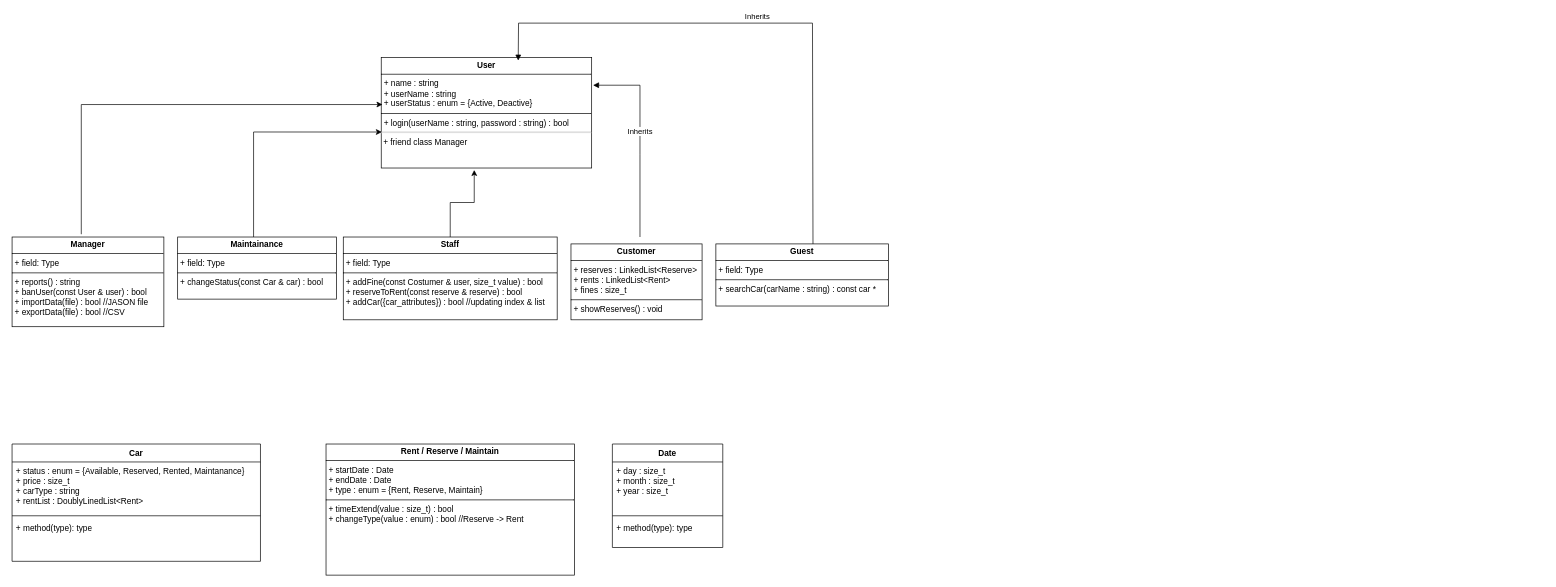
This is Design/UML/UML.drawio from mostafa06saeedi/DS_Final_Project, a draw.io file, before an edit. Source tidied: cells renumbered, new cells numbered last; positions are measured from the earlier drawing's top-left corner, leaving out a move shared by most shapes. Both pictures are drawn from the tidied source at 69%, with x=0, y=0 at pixel (12, 23).
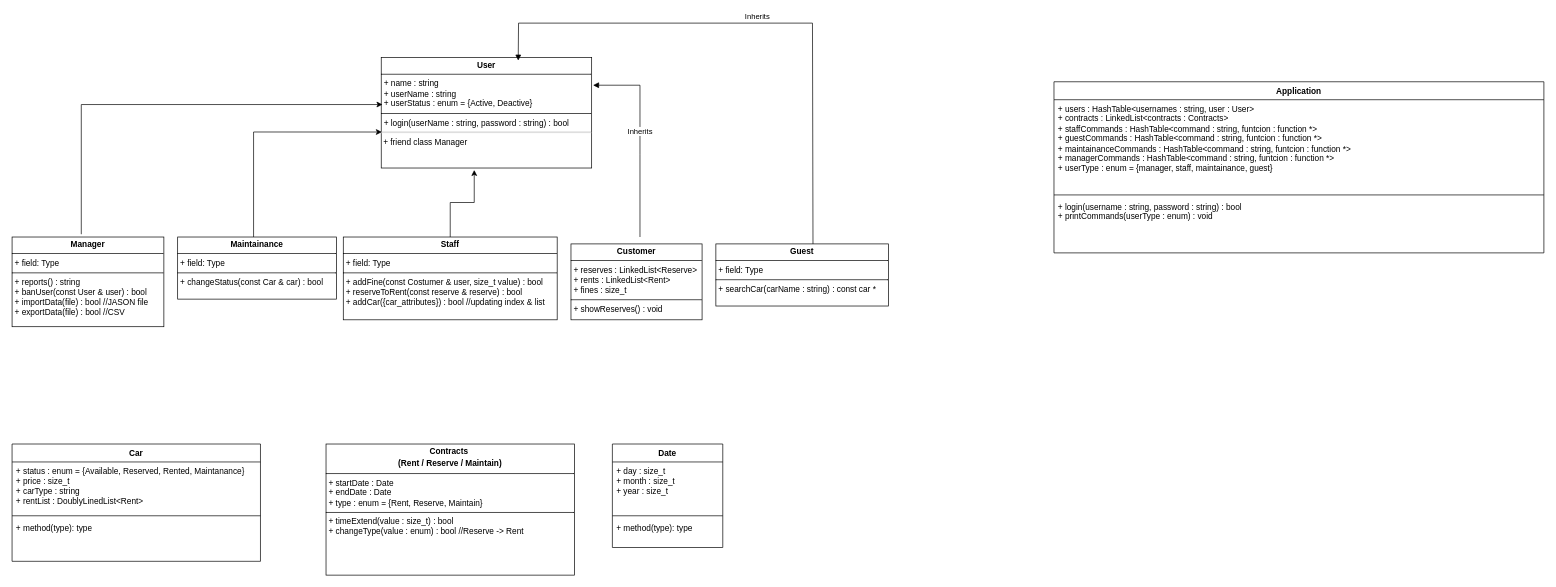
After the change.

Commit message:
Added Application class UML

Change to the diagram source:
```diff
@@
-    <mxCell id="13" value="&lt;p style=&quot;margin:0px;margin-top:4px;text-align:center;&quot;&gt;&lt;b&gt;Rent / Reserve / Maintain&lt;/b&gt;&lt;/p&gt;&lt;hr size=&quot;1&quot; style=&quot;border-style:solid;&quot;&gt;&lt;p style=&quot;margin:0px;margin-left:4px;&quot;&gt;+ startDate : Date&lt;/p&gt;&lt;p style=&quot;margin:0px;margin-left:4px;&quot;&gt;+ endDate : Date&lt;/p&gt;&lt;p style=&quot;margin:0px;margin-left:4px;&quot;&gt;+ type : enum = {Rent, Reserve, Maintain}&lt;/p&gt;&lt;hr size=&quot;1&quot; style=&quot;border-style:solid;&quot;&gt;&lt;p style=&quot;margin:0px;margin-left:4px;&quot;&gt;+ timeExtend(value : size_t) : bool&lt;/p&gt;&lt;p style=&quot;margin:0px;margin-left:4px;&quot;&gt;+ changeType(value : enum) : bool //Reserve -&amp;gt; Rent&lt;/p&gt;" style="verticalAlign=top;align=left;overflow=fill;html=1;whiteSpace=wrap;" parent="1" vertex="1">
+    <mxCell id="13" value="&lt;p style=&quot;margin:0px;margin-top:4px;text-align:center;&quot;&gt;&lt;b&gt;Contracts&amp;nbsp;&lt;/b&gt;&lt;/p&gt;&lt;p style=&quot;margin:0px;margin-top:4px;text-align:center;&quot;&gt;&lt;b&gt;(Rent / Reserve / Maintain)&lt;/b&gt;&lt;/p&gt;&lt;hr size=&quot;1&quot; style=&quot;border-style:solid;&quot;&gt;&lt;p style=&quot;margin:0px;margin-left:4px;&quot;&gt;+ startDate : Date&lt;/p&gt;&lt;p style=&quot;margin:0px;margin-left:4px;&quot;&gt;+ endDate : Date&lt;/p&gt;&lt;p style=&quot;margin:0px;margin-left:4px;&quot;&gt;+ type : enum = {Rent, Reserve, Maintain}&lt;/p&gt;&lt;hr size=&quot;1&quot; style=&quot;border-style:solid;&quot;&gt;&lt;p style=&quot;margin:0px;margin-left:4px;&quot;&gt;+ timeExtend(value : size_t) : bool&lt;/p&gt;&lt;p style=&quot;margin:0px;margin-left:4px;&quot;&gt;+ changeType(value : enum) : bool //Reserve -&amp;gt; Rent&lt;/p&gt;" style="verticalAlign=top;align=left;overflow=fill;html=1;whiteSpace=wrap;" parent="1" vertex="1">
       <mxGeometry x="455" y="610" width="360" height="190" as="geometry" />
     </mxCell>
@@
+    <mxCell id="22" value="Application" style="swimlane;fontStyle=1;align=center;verticalAlign=top;horizontal=1;startSize=26;whiteSpace=wrap;html=1;" parent="1" vertex="1">
+      <mxGeometry x="1510" y="85" width="710" height="248" as="geometry" />
+    </mxCell>
+    <mxCell id="23" value="+ users : HashTable&amp;lt;usernames : string, user : User&amp;gt;&lt;div&gt;+ contracts : LinkedList&amp;lt;contracts : Contracts&amp;gt;&lt;/div&gt;&lt;div&gt;+ staffCommands : HashTable&amp;lt;command : string, funtcion : function *&amp;gt;&lt;/div&gt;&lt;div&gt;+ guest&lt;span style=&quot;background-color: transparent; color: light-dark(rgb(0, 0, 0), rgb(255, 255, 255));&quot;&gt;Commands : HashTable&amp;lt;&lt;/span&gt;&lt;span style=&quot;background-color: transparent; color: light-dark(rgb(0, 0, 0), rgb(255, 255, 255));&quot;&gt;command : string, funtcion : function *&lt;/span&gt;&lt;span style=&quot;background-color: transparent; color: light-dark(rgb(0, 0, 0), rgb(255, 255, 255));&quot;&gt;&amp;gt;&lt;/span&gt;&lt;/div&gt;&lt;div&gt;&lt;span style=&quot;background-color: transparent; color: light-dark(rgb(0, 0, 0), rgb(255, 255, 255));&quot;&gt;+ maintainance&lt;/span&gt;&lt;span style=&quot;background-color: transparent; color: light-dark(rgb(0, 0, 0), rgb(255, 255, 255));&quot;&gt;Commands : HashTable&amp;lt;command : string, funtcion : function *&amp;gt;&lt;/span&gt;&lt;/div&gt;&lt;div&gt;&lt;span style=&quot;background-color: transparent; color: light-dark(rgb(0, 0, 0), rgb(255, 255, 255));&quot;&gt;+ manager&lt;/span&gt;&lt;span style=&quot;background-color: transparent; color: light-dark(rgb(0, 0, 0), rgb(255, 255, 255));&quot;&gt;Commands : HashTable&amp;lt;command : string, funtcion : function *&amp;gt;&lt;/span&gt;&lt;/div&gt;&lt;div&gt;&lt;span style=&quot;background-color: transparent; color: light-dark(rgb(0, 0, 0), rgb(255, 255, 255));&quot;&gt;+ userType : enum = {manager, staff, maintainance, guest}&lt;/span&gt;&lt;/div&gt;" style="text;strokeColor=none;fillColor=none;align=left;verticalAlign=top;spacingLeft=4;spacingRight=4;overflow=hidden;whiteSpace=wrap;html=1;" parent="22" vertex="1">
+      <mxGeometry y="26" width="710" height="134" as="geometry" />
+    </mxCell>
+    <mxCell id="24" style="line;strokeWidth=1;fillColor=none;align=left;verticalAlign=middle;spacingTop=-1;spacingLeft=3;spacingRight=3;labelPosition=right;strokeColor=inherit;" parent="22" vertex="1">
+      <mxGeometry y="160" width="710" height="8" as="geometry" />
+    </mxCell>
+    <mxCell id="25" value="+ login(username : string, password : string) : bool&lt;div&gt;+ printCommands(userType : enum) : void&lt;/div&gt;&lt;div&gt;&lt;br&gt;&lt;/div&gt;" style="text;strokeColor=none;fillColor=none;align=left;verticalAlign=top;spacingLeft=4;spacingRight=4;overflow=hidden;whiteSpace=wrap;html=1;" parent="22" vertex="1">
+      <mxGeometry y="168" width="710" height="80" as="geometry" />
+    </mxCell>
```
